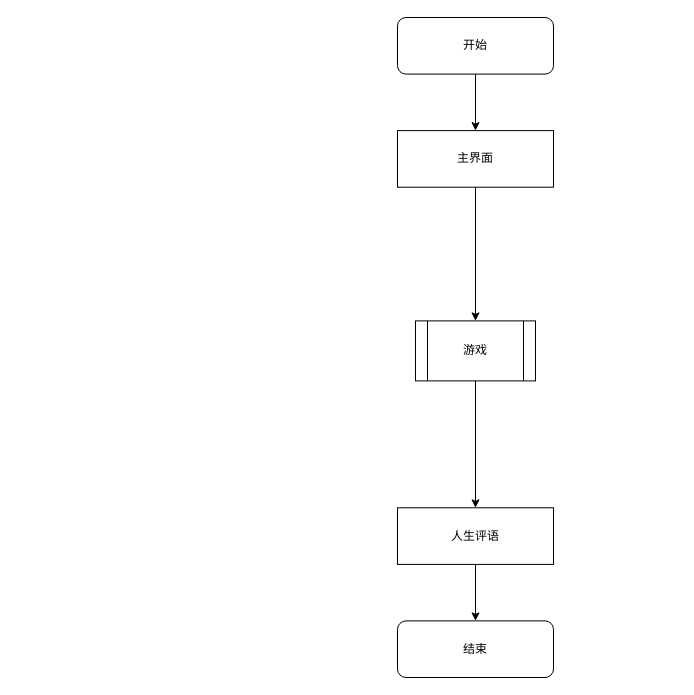
Earlier version of the draw.io diagram docs/体验.drawio (zuiyu1998/life-simulator). Source tidied: cells renumbered, new cells numbered last; positions are measured from the earlier drawing's top-left corner, leaving out a move shared by most shapes. Both pictures are drawn from the tidied source at 100%, with x=0, y=0 at pixel (167, -40).
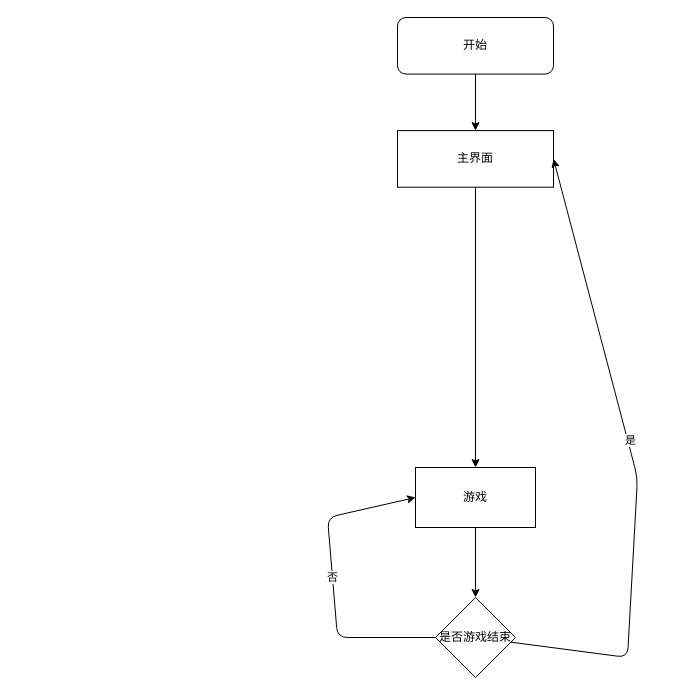
The same diagram, later.

The edit, as a diff of the source:
```diff
@@
 <mxGraphModel>
   <root>
     <mxCell id="0" />
     <mxCell id="1" parent="0" />
-    <mxCell id="2" style="group;rotation=90;" parent="1" vertex="1">
-      <mxGeometry y="0.4" width="360" height="660" as="geometry" />
-    </mxCell>
-    <mxCell id="3" value="游戏" style="shape=process;whiteSpace=wrap;html=1;backgroundOutline=1;" parent="2" vertex="1">
-      <mxGeometry x="248" y="360" width="120" height="60" as="geometry" />
-    </mxCell>
-    <mxCell id="4" style="edgeStyle=none;html=1;entryDx=0;entryDy=0;entryX=0.5;entryY=0;" parent="1" edge="1" source="5" target="3">
+    <mxCell id="4" style="edgeStyle=none;html=1;" parent="1" edge="1" source="5" target="3">
       <mxGeometry relative="1" as="geometry" />
     </mxCell>
     <mxCell id="5" value="主界面" style="rounded=0;whiteSpace=wrap;html=1;" parent="1" vertex="1">
       <mxGeometry x="230" y="170.1" width="156" height="56.6" as="geometry" />
     </mxCell>
     <mxCell id="6" style="edgeStyle=none;html=1;entryDx=0;entryDy=0;" parent="1" edge="1" source="7" target="5">
       <mxGeometry relative="1" as="geometry" />
     </mxCell>
     <mxCell id="7" value="开始" style="rounded=1;whiteSpace=wrap;html=1;" parent="1" vertex="1">
       <mxGeometry x="230" y="57" width="156" height="56.6" as="geometry" />
     </mxCell>
-    <mxCell id="8" style="edgeStyle=none;html=1;entryDx=0;entryDy=0;" parent="1" edge="1" source="9" target="10">
-      <mxGeometry relative="1" as="geometry" />
-    </mxCell>
-    <mxCell id="9" value="人生评语" style="whiteSpace=wrap;html=1;" parent="1" vertex="1">
-      <mxGeometry x="230" y="547.3" width="156" height="56.6" as="geometry" />
-    </mxCell>
-    <mxCell id="10" value="结束" style="rounded=1;whiteSpace=wrap;html=1;" parent="1" vertex="1">
-      <mxGeometry x="230" y="660.4" width="156" height="56.6" as="geometry" />
-    </mxCell>
-    <mxCell id="11" style="edgeStyle=none;html=1;" parent="1" edge="1" source="3" target="9">
-      <mxGeometry relative="1" as="geometry" />
-    </mxCell>
+    <mxCell id="12" style="edgeStyle=none;html=1;" parent="1" edge="1" source="3" target="17">
+      <mxGeometry relative="1" as="geometry" />
+    </mxCell>
+    <mxCell id="3" value="游戏" style="rounded=0;whiteSpace=wrap;html=1;" parent="1" vertex="1">
+      <mxGeometry x="248" y="507" width="120" height="60" as="geometry" />
+    </mxCell>
+    <mxCell id="13" style="edgeStyle=none;html=1;entryX=1;entryY=0.5;entryDx=0;entryDy=0;" parent="1" edge="1" source="17" target="5">
+      <mxGeometry relative="1" as="geometry">
+        <Array as="points">
+          <mxPoint x="460" y="697" />
+          <mxPoint x="470" y="517" />
+        </Array>
+      </mxGeometry>
+    </mxCell>
+    <mxCell id="14" value="是" style="edgeLabel;html=1;align=center;verticalAlign=middle;" parent="13" vertex="1">
+      <mxGeometry x="0.07" y="-2" relative="1" as="geometry" />
+    </mxCell>
+    <mxCell id="15" style="edgeStyle=none;html=1;entryX=0;entryY=0.5;entryDx=0;entryDy=0;" parent="1" edge="1" source="17" target="3">
+      <mxGeometry relative="1" as="geometry">
+        <Array as="points">
+          <mxPoint x="170" y="677" />
+          <mxPoint x="160" y="557" />
+        </Array>
+      </mxGeometry>
+    </mxCell>
+    <mxCell id="16" value="否" style="edgeLabel;html=1;align=center;verticalAlign=middle;" parent="15" vertex="1">
+      <mxGeometry x="0.03" relative="1" as="geometry" />
+    </mxCell>
+    <mxCell id="17" value="是否游戏结束" style="rhombus;whiteSpace=wrap;html=1;rounded=0;" parent="1" vertex="1">
+      <mxGeometry x="268" y="637" width="80" height="80" as="geometry" />
+    </mxCell>
   </root>
 </mxGraphModel>
```
